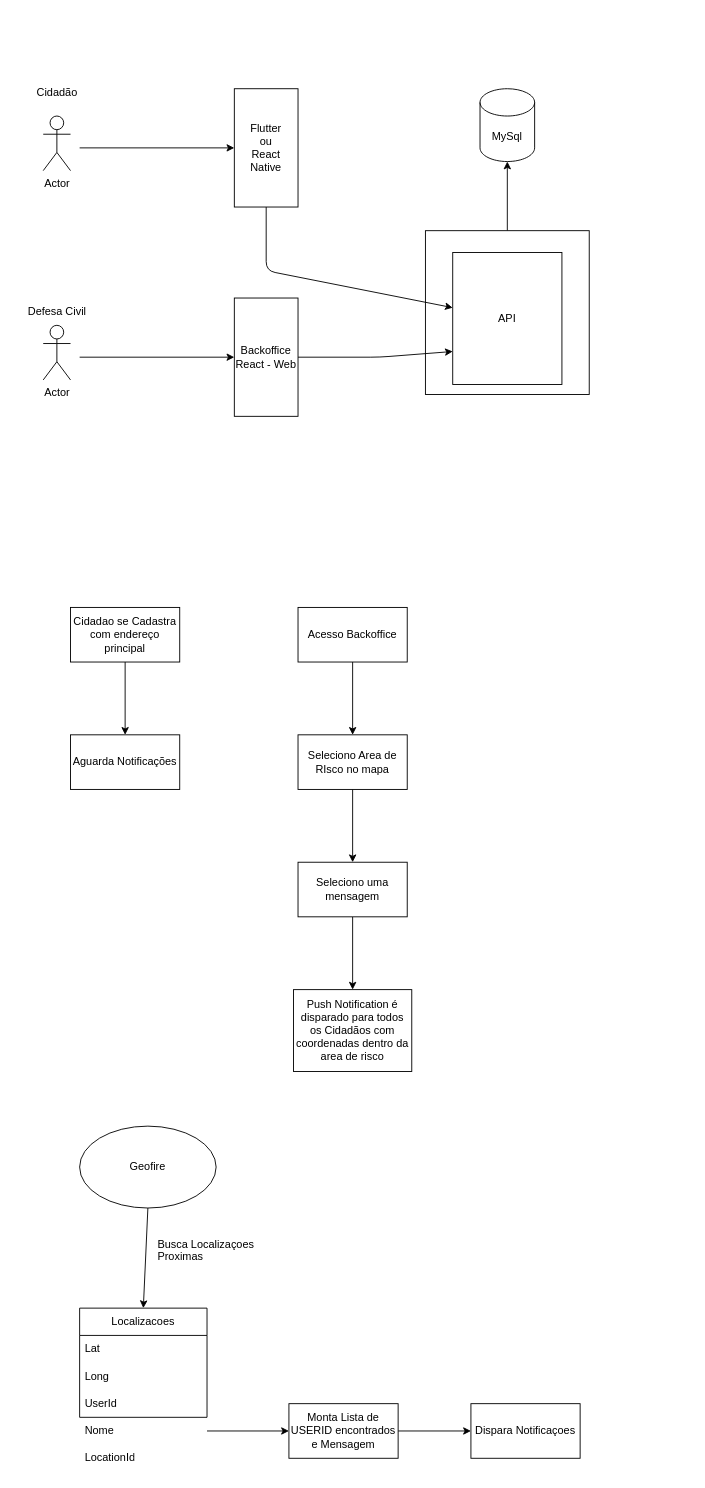
Above: fluxo.drawio in frittas/PROJINT6SEM-EC (draw.io), before the change. Source tidied: cells renumbered, new cells numbered last; positions are measured from the earlier drawing's top-left corner, leaving out a move shared by most shapes. Both pictures are drawn from the tidied source at 91%, with x=0, y=0 at pixel (15, 79).
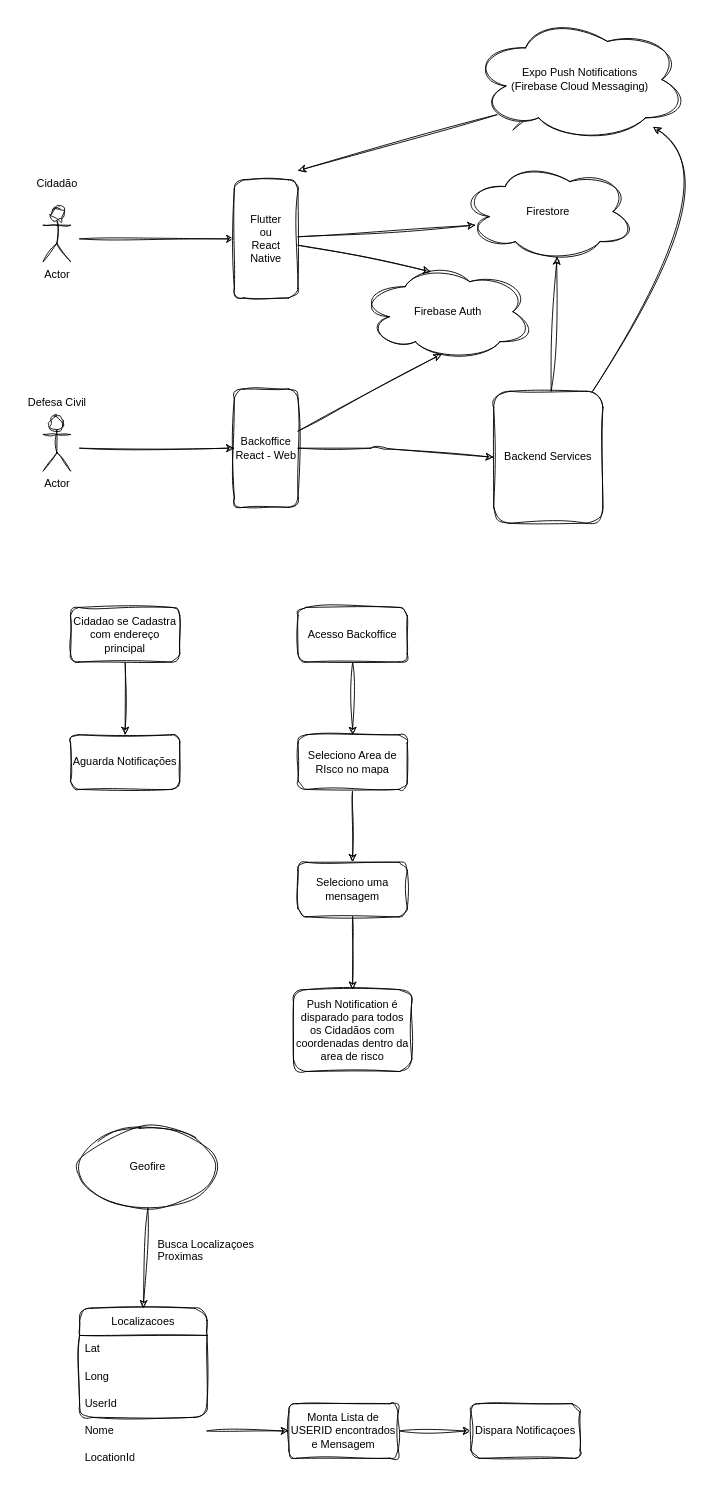
Above is the later version.

Diff of the diagram source:
```diff
@@
-    <mxCell id="2" value="MySql" style="shape=cylinder3;whiteSpace=wrap;html=1;boundedLbl=1;backgroundOutline=1;size=15;" parent="1" vertex="1">
-      <mxGeometry x="510" y="10" width="60" height="80" as="geometry" />
-    </mxCell>
-    <mxCell id="3" style="edgeStyle=none;html=1;" parent="1" edge="1" source="4" target="2">
-      <mxGeometry relative="1" as="geometry" />
-    </mxCell>
-    <mxCell id="4" style="whiteSpace=wrap;html=1;" parent="1" vertex="1">
-      <mxGeometry x="450" y="166" width="180" height="180" as="geometry" />
-    </mxCell>
-    <mxCell id="5" style="edgeStyle=none;html=1;entryX=0;entryY=0.5;entryDx=0;entryDy=0;" parent="1" edge="1" target="7">
+    <mxCell id="5" style="edgeStyle=none;html=1;entryX=0;entryY=0.5;entryDx=0;entryDy=0;sketch=1;curveFitting=1;jiggle=2;" parent="1" edge="1" target="7">
       <mxGeometry relative="1" as="geometry">
-        <mxPoint x="70" y="75" as="sourcePoint" />
+        <mxPoint x="70" y="175" as="sourcePoint" />
       </mxGeometry>
     </mxCell>
-    <mxCell id="6" style="edgeStyle=none;html=1;" parent="1" edge="1" source="7" target="10">
-      <mxGeometry relative="1" as="geometry">
-        <Array as="points">
-          <mxPoint x="275" y="210" />
-        </Array>
-      </mxGeometry>
-    </mxCell>
+    <mxCell id="39" style="edgeStyle=none;html=1;entryX=0.4;entryY=0.1;entryDx=0;entryDy=0;entryPerimeter=0;sketch=1;curveFitting=1;jiggle=2;" parent="1" edge="1" source="7" target="47">
+      <mxGeometry relative="1" as="geometry" />
+    </mxCell>
+    <mxCell id="40" style="edgeStyle=none;sketch=1;hachureGap=4;jiggle=2;curveFitting=1;html=1;entryX=0.079;entryY=0.636;entryDx=0;entryDy=0;entryPerimeter=0;fontFamily=Architects Daughter;fontSize=16;" parent="1" edge="1" source="7" target="45">
+      <mxGeometry relative="1" as="geometry" />
+    </mxCell>
-    <mxCell id="7" value="Flutter&lt;br&gt;ou&lt;br&gt;React Native" style="rounded=0;whiteSpace=wrap;html=1;" parent="1" vertex="1">
-      <mxGeometry x="240" y="10" width="70" height="130" as="geometry" />
+    <mxCell id="7" value="Flutter&lt;br&gt;ou&lt;br&gt;React Native" style="rounded=1;whiteSpace=wrap;html=1;sketch=1;curveFitting=1;jiggle=2;" parent="1" vertex="1">
+      <mxGeometry x="240" y="110" width="70" height="130" as="geometry" />
     </mxCell>
-    <mxCell id="8" style="edgeStyle=none;html=1;entryX=0;entryY=0.75;entryDx=0;entryDy=0;" parent="1" edge="1" source="9" target="10">
+    <mxCell id="8" style="edgeStyle=none;html=1;entryX=0;entryY=0.5;entryDx=0;entryDy=0;sketch=1;curveFitting=1;jiggle=2;" parent="1" edge="1" source="9" target="10">
       <mxGeometry relative="1" as="geometry">
         <Array as="points">
-          <mxPoint x="400" y="305" />
+          <mxPoint x="400" y="405" />
         </Array>
       </mxGeometry>
     </mxCell>
+    <mxCell id="41" style="edgeStyle=none;html=1;entryX=0.461;entryY=0.924;entryDx=0;entryDy=0;entryPerimeter=0;sketch=1;curveFitting=1;jiggle=2;" parent="1" edge="1" source="9" target="47">
+      <mxGeometry relative="1" as="geometry" />
+    </mxCell>
-    <mxCell id="9" value="Backoffice&lt;br&gt;React - Web" style="rounded=0;whiteSpace=wrap;html=1;" parent="1" vertex="1">
-      <mxGeometry x="240" y="240" width="70" height="130" as="geometry" />
+    <mxCell id="9" value="Backoffice&lt;br&gt;React - Web" style="rounded=1;whiteSpace=wrap;html=1;sketch=1;curveFitting=1;jiggle=2;" parent="1" vertex="1">
+      <mxGeometry x="240" y="340" width="70" height="130" as="geometry" />
     </mxCell>
+    <mxCell id="42" style="edgeStyle=none;sketch=1;hachureGap=4;jiggle=2;curveFitting=1;html=1;entryX=0.55;entryY=0.95;entryDx=0;entryDy=0;entryPerimeter=0;fontFamily=Architects Daughter;fontSize=16;" parent="1" edge="1" source="10" target="45">
+      <mxGeometry relative="1" as="geometry" />
+    </mxCell>
+    <mxCell id="43" style="edgeStyle=none;sketch=1;hachureGap=4;jiggle=2;curveFitting=1;html=1;fontFamily=Architects Daughter;fontSize=16;startArrow=none;" parent="1" edge="1" source="48">
+      <mxGeometry relative="1" as="geometry">
+        <mxPoint x="580" y="30" as="targetPoint" />
+      </mxGeometry>
+    </mxCell>
+    <mxCell id="44" style="edgeStyle=none;sketch=1;hachureGap=4;jiggle=2;curveFitting=1;html=1;fontFamily=Architects Daughter;fontSize=16;curved=1;" parent="1" edge="1" source="10" target="48">
+      <mxGeometry relative="1" as="geometry">
+        <Array as="points">
+          <mxPoint x="790" y="110" />
+        </Array>
+      </mxGeometry>
+    </mxCell>
-    <mxCell id="10" value="API" style="rounded=0;whiteSpace=wrap;html=1;" parent="1" vertex="1">
-      <mxGeometry x="480" y="190" width="120" height="145" as="geometry" />
+    <mxCell id="10" value="Backend Services" style="rounded=1;whiteSpace=wrap;html=1;sketch=1;curveFitting=1;jiggle=2;" parent="1" vertex="1">
+      <mxGeometry x="525" y="342.5" width="120" height="145" as="geometry" />
     </mxCell>
-    <mxCell id="11" value="Cidadão" style="text;html=1;align=center;verticalAlign=middle;strokeColor=none;fillColor=none;" parent="1" vertex="1">
-      <mxGeometry x="10" width="70" height="30" as="geometry" />
+    <mxCell id="11" value="Cidadão" style="text;html=1;align=center;verticalAlign=middle;strokeColor=none;fillColor=none;rounded=1;sketch=1;curveFitting=1;jiggle=2;" parent="1" vertex="1">
+      <mxGeometry x="10" y="100" width="70" height="30" as="geometry" />
     </mxCell>
-    <mxCell id="12" style="edgeStyle=none;html=1;entryX=0;entryY=0.5;entryDx=0;entryDy=0;" parent="1" edge="1" target="9">
+    <mxCell id="12" style="edgeStyle=none;html=1;entryX=0;entryY=0.5;entryDx=0;entryDy=0;sketch=1;curveFitting=1;jiggle=2;" parent="1" edge="1" target="9">
       <mxGeometry relative="1" as="geometry">
-        <mxPoint x="70" y="305" as="sourcePoint" />
+        <mxPoint x="70" y="405" as="sourcePoint" />
       </mxGeometry>
     </mxCell>
-    <mxCell id="13" value="Defesa Civil" style="text;html=1;align=center;verticalAlign=middle;strokeColor=none;fillColor=none;" parent="1" vertex="1">
-      <mxGeometry y="240" width="90" height="30" as="geometry" />
+    <mxCell id="13" value="Defesa Civil" style="text;html=1;align=center;verticalAlign=middle;strokeColor=none;fillColor=none;rounded=1;sketch=1;curveFitting=1;jiggle=2;" parent="1" vertex="1">
+      <mxGeometry y="340" width="90" height="30" as="geometry" />
     </mxCell>
-    <mxCell id="14" style="edgeStyle=none;html=1;" parent="1" edge="1" source="15" target="16">
+    <mxCell id="14" style="edgeStyle=none;html=1;sketch=1;curveFitting=1;jiggle=2;" parent="1" edge="1" source="15" target="16">
       <mxGeometry relative="1" as="geometry" />
     </mxCell>
-    <mxCell id="15" value="Cidadao se Cadastra com endereço principal" style="rounded=0;whiteSpace=wrap;html=1;" parent="1" vertex="1">
+    <mxCell id="15" value="Cidadao se Cadastra com endereço principal" style="rounded=1;whiteSpace=wrap;html=1;sketch=1;curveFitting=1;jiggle=2;" parent="1" vertex="1">
       <mxGeometry x="60" y="580" width="120" height="60" as="geometry" />
     </mxCell>
-    <mxCell id="16" value="Aguarda Notificações" style="whiteSpace=wrap;html=1;rounded=0;" parent="1" vertex="1">
+    <mxCell id="16" value="Aguarda Notificações" style="whiteSpace=wrap;html=1;rounded=1;sketch=1;curveFitting=1;jiggle=2;" parent="1" vertex="1">
       <mxGeometry x="60" y="720" width="120" height="60" as="geometry" />
     </mxCell>
-    <mxCell id="17" style="edgeStyle=none;html=1;" parent="1" edge="1" source="18" target="20">
+    <mxCell id="17" style="edgeStyle=none;html=1;sketch=1;curveFitting=1;jiggle=2;" parent="1" edge="1" source="18" target="20">
       <mxGeometry relative="1" as="geometry" />
     </mxCell>
-    <mxCell id="18" value="Acesso Backoffice" style="whiteSpace=wrap;html=1;" parent="1" vertex="1">
+    <mxCell id="18" value="Acesso Backoffice" style="whiteSpace=wrap;html=1;rounded=1;sketch=1;curveFitting=1;jiggle=2;" parent="1" vertex="1">
       <mxGeometry x="310" y="580" width="120" height="60" as="geometry" />
     </mxCell>
-    <mxCell id="19" style="edgeStyle=none;html=1;" parent="1" edge="1" source="20" target="22">
+    <mxCell id="19" style="edgeStyle=none;html=1;sketch=1;curveFitting=1;jiggle=2;" parent="1" edge="1" source="20" target="22">
       <mxGeometry relative="1" as="geometry" />
     </mxCell>
-    <mxCell id="20" value="Seleciono Area de RIsco no mapa" style="whiteSpace=wrap;html=1;" parent="1" vertex="1">
+    <mxCell id="20" value="Seleciono Area de RIsco no mapa" style="whiteSpace=wrap;html=1;rounded=1;sketch=1;curveFitting=1;jiggle=2;" parent="1" vertex="1">
       <mxGeometry x="310" y="720" width="120" height="60" as="geometry" />
     </mxCell>
-    <mxCell id="21" style="edgeStyle=none;html=1;" parent="1" edge="1" source="22" target="23">
+    <mxCell id="21" style="edgeStyle=none;html=1;sketch=1;curveFitting=1;jiggle=2;" parent="1" edge="1" source="22" target="23">
       <mxGeometry relative="1" as="geometry" />
     </mxCell>
-    <mxCell id="22" value="Seleciono uma mensagem" style="whiteSpace=wrap;html=1;" parent="1" vertex="1">
+    <mxCell id="22" value="Seleciono uma mensagem" style="whiteSpace=wrap;html=1;rounded=1;sketch=1;curveFitting=1;jiggle=2;" parent="1" vertex="1">
       <mxGeometry x="310" y="860" width="120" height="60" as="geometry" />
     </mxCell>
-    <mxCell id="23" value="Push Notification é disparado para todos os Cidadãos com coordenadas dentro da area de risco" style="whiteSpace=wrap;html=1;" parent="1" vertex="1">
+    <mxCell id="23" value="Push Notification é disparado para todos os Cidadãos com coordenadas dentro da area de risco" style="whiteSpace=wrap;html=1;rounded=1;sketch=1;curveFitting=1;jiggle=2;" parent="1" vertex="1">
       <mxGeometry x="305" y="1000" width="130" height="90" as="geometry" />
     </mxCell>
-    <mxCell id="24" value="Actor" style="shape=umlActor;verticalLabelPosition=bottom;verticalAlign=top;html=1;" parent="1" vertex="1">
-      <mxGeometry x="30" y="40" width="30" height="60" as="geometry" />
+    <mxCell id="24" value="Actor" style="shape=umlActor;verticalLabelPosition=bottom;verticalAlign=top;html=1;rounded=1;sketch=1;curveFitting=1;jiggle=2;" parent="1" vertex="1">
+      <mxGeometry x="30" y="140" width="30" height="60" as="geometry" />
     </mxCell>
-    <mxCell id="25" value="Actor" style="shape=umlActor;verticalLabelPosition=bottom;verticalAlign=top;html=1;" parent="1" vertex="1">
-      <mxGeometry x="30" y="270" width="30" height="60" as="geometry" />
+    <mxCell id="25" value="Actor" style="shape=umlActor;verticalLabelPosition=bottom;verticalAlign=top;html=1;rounded=1;sketch=1;curveFitting=1;jiggle=2;" parent="1" vertex="1">
+      <mxGeometry x="30" y="370" width="30" height="60" as="geometry" />
     </mxCell>
-    <mxCell id="26" value="Localizacoes" style="swimlane;fontStyle=0;horizontal=1;startSize=30;whiteSpace=wrap;html=1;" parent="1" vertex="1">
+    <mxCell id="26" value="Localizacoes" style="swimlane;fontStyle=0;horizontal=1;startSize=30;whiteSpace=wrap;html=1;rounded=1;sketch=1;curveFitting=1;jiggle=2;" parent="1" vertex="1">
       <mxGeometry x="70" y="1350" width="140" height="120" as="geometry" />
     </mxCell>
-    <mxCell id="27" value="Lat" style="text;strokeColor=none;fillColor=none;align=left;verticalAlign=middle;spacingLeft=4;spacingRight=4;overflow=hidden;whiteSpace=wrap;html=1;" parent="26" vertex="1">
+    <mxCell id="27" value="Lat" style="text;strokeColor=none;fillColor=none;align=left;verticalAlign=middle;spacingLeft=4;spacingRight=4;overflow=hidden;whiteSpace=wrap;html=1;rounded=1;sketch=1;curveFitting=1;jiggle=2;" parent="26" vertex="1">
       <mxGeometry y="30" width="140" height="30" as="geometry" />
     </mxCell>
-    <mxCell id="28" value="Long" style="text;strokeColor=none;fillColor=none;align=left;verticalAlign=middle;spacingLeft=4;spacingRight=4;overflow=hidden;whiteSpace=wrap;html=1;" parent="26" vertex="1">
+    <mxCell id="28" value="Long" style="text;strokeColor=none;fillColor=none;align=left;verticalAlign=middle;spacingLeft=4;spacingRight=4;overflow=hidden;whiteSpace=wrap;html=1;rounded=1;sketch=1;curveFitting=1;jiggle=2;" parent="26" vertex="1">
       <mxGeometry y="60" width="140" height="30" as="geometry" />
     </mxCell>
-    <mxCell id="29" value="UserId" style="text;strokeColor=none;fillColor=none;align=left;verticalAlign=middle;spacingLeft=4;spacingRight=4;overflow=hidden;whiteSpace=wrap;html=1;" parent="26" vertex="1">
+    <mxCell id="29" value="UserId" style="text;strokeColor=none;fillColor=none;align=left;verticalAlign=middle;spacingLeft=4;spacingRight=4;overflow=hidden;whiteSpace=wrap;html=1;rounded=1;sketch=1;curveFitting=1;jiggle=2;" parent="26" vertex="1">
       <mxGeometry y="90" width="140" height="30" as="geometry" />
     </mxCell>
-    <mxCell id="30" style="edgeStyle=none;html=1;" parent="1" edge="1" source="31" target="37">
+    <mxCell id="30" style="edgeStyle=none;html=1;sketch=1;curveFitting=1;jiggle=2;" parent="1" edge="1" source="31" target="37">
       <mxGeometry relative="1" as="geometry" />
     </mxCell>
-    <mxCell id="31" value="Nome" style="text;strokeColor=none;fillColor=none;align=left;verticalAlign=middle;spacingLeft=4;spacingRight=4;overflow=hidden;points=[[0,0.5],[1,0.5]];portConstraint=eastwest;whiteSpace=wrap;html=1;" parent="1" vertex="1">
+    <mxCell id="31" value="Nome" style="text;strokeColor=none;fillColor=none;align=left;verticalAlign=middle;spacingLeft=4;spacingRight=4;overflow=hidden;points=[[0,0.5],[1,0.5]];portConstraint=eastwest;whiteSpace=wrap;html=1;rounded=1;sketch=1;curveFitting=1;jiggle=2;" parent="1" vertex="1">
       <mxGeometry x="70" y="1470" width="140" height="30" as="geometry" />
     </mxCell>
-    <mxCell id="32" value="LocationId" style="text;strokeColor=none;fillColor=none;align=left;verticalAlign=middle;spacingLeft=4;spacingRight=4;overflow=hidden;whiteSpace=wrap;html=1;" parent="1" vertex="1">
+    <mxCell id="32" value="LocationId" style="text;strokeColor=none;fillColor=none;align=left;verticalAlign=middle;spacingLeft=4;spacingRight=4;overflow=hidden;whiteSpace=wrap;html=1;rounded=1;sketch=1;curveFitting=1;jiggle=2;" parent="1" vertex="1">
       <mxGeometry x="70" y="1500" width="140" height="30" as="geometry" />
     </mxCell>
-    <mxCell id="33" style="edgeStyle=none;html=1;exitX=0.5;exitY=1;exitDx=0;exitDy=0;entryX=0.5;entryY=0;entryDx=0;entryDy=0;" parent="1" edge="1" source="34" target="26">
+    <mxCell id="33" style="edgeStyle=none;html=1;exitX=0.5;exitY=1;exitDx=0;exitDy=0;entryX=0.5;entryY=0;entryDx=0;entryDy=0;sketch=1;curveFitting=1;jiggle=2;" parent="1" edge="1" source="34" target="26">
       <mxGeometry relative="1" as="geometry" />
     </mxCell>
-    <mxCell id="34" value="Geofire" style="ellipse;whiteSpace=wrap;html=1;" parent="1" vertex="1">
+    <mxCell id="34" value="Geofire" style="ellipse;whiteSpace=wrap;html=1;rounded=1;sketch=1;curveFitting=1;jiggle=2;" parent="1" vertex="1">
       <mxGeometry x="70" y="1150" width="150" height="90" as="geometry" />
     </mxCell>
-    <mxCell id="35" value="Busca Localizaçoes Proximas" style="text;strokeColor=none;fillColor=none;align=left;verticalAlign=middle;spacingLeft=4;spacingRight=4;overflow=hidden;whiteSpace=wrap;html=1;" parent="1" vertex="1">
+    <mxCell id="35" value="Busca Localizaçoes Proximas" style="text;strokeColor=none;fillColor=none;align=left;verticalAlign=middle;spacingLeft=4;spacingRight=4;overflow=hidden;whiteSpace=wrap;html=1;rounded=1;sketch=1;curveFitting=1;jiggle=2;" parent="1" vertex="1">
       <mxGeometry x="150" y="1270" width="140" height="30" as="geometry" />
     </mxCell>
-    <mxCell id="36" style="edgeStyle=none;html=1;" parent="1" edge="1" source="37" target="38">
+    <mxCell id="36" style="edgeStyle=none;html=1;sketch=1;curveFitting=1;jiggle=2;" parent="1" edge="1" source="37" target="38">
       <mxGeometry relative="1" as="geometry" />
     </mxCell>
-    <mxCell id="37" value="Monta Lista de USERID encontrados e Mensagem" style="whiteSpace=wrap;html=1;" parent="1" vertex="1">
+    <mxCell id="37" value="Monta Lista de USERID encontrados e Mensagem" style="whiteSpace=wrap;html=1;rounded=1;sketch=1;curveFitting=1;jiggle=2;" parent="1" vertex="1">
       <mxGeometry x="300" y="1455" width="120" height="60" as="geometry" />
     </mxCell>
-    <mxCell id="38" value="Dispara Notificaçoes" style="whiteSpace=wrap;html=1;" parent="1" vertex="1">
+    <mxCell id="38" value="Dispara Notificaçoes" style="whiteSpace=wrap;html=1;rounded=1;sketch=1;curveFitting=1;jiggle=2;" parent="1" vertex="1">
       <mxGeometry x="500" y="1455" width="120" height="60" as="geometry" />
     </mxCell>
+    <mxCell id="45" value="Firestore" style="ellipse;shape=cloud;whiteSpace=wrap;html=1;rounded=1;sketch=1;curveFitting=1;jiggle=2;" parent="1" vertex="1">
+      <mxGeometry x="490" y="90" width="190" height="110" as="geometry" />
+    </mxCell>
+    <mxCell id="46" style="edgeStyle=none;html=1;exitX=0.13;exitY=0.77;exitDx=0;exitDy=0;exitPerimeter=0;sketch=1;curveFitting=1;jiggle=2;" parent="1" edge="1" source="48">
+      <mxGeometry relative="1" as="geometry">
+        <mxPoint x="310" y="100" as="targetPoint" />
+      </mxGeometry>
+    </mxCell>
+    <mxCell id="47" value="Firebase Auth" style="ellipse;shape=cloud;whiteSpace=wrap;html=1;rounded=1;sketch=1;curveFitting=1;jiggle=2;" parent="1" vertex="1">
+      <mxGeometry x="380" y="200" width="190" height="110" as="geometry" />
+    </mxCell>
+    <mxCell id="48" value="Expo Push Notifications&lt;br&gt;(Firebase Cloud Messaging)" style="ellipse;shape=cloud;whiteSpace=wrap;html=1;rounded=1;sketch=1;curveFitting=1;jiggle=2;" parent="1" vertex="1">
+      <mxGeometry x="500" y="-70" width="240" height="140" as="geometry" />
+    </mxCell>
```
